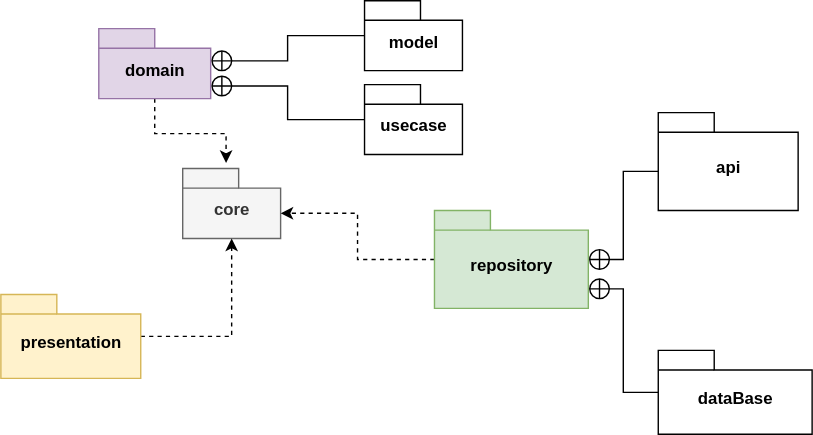
Above: img/architecture.svg in gabrielbmoro/MovieDB-App (draw.io), before the change. Source tidied: cells renumbered, new cells last; positions are measured from the earlier drawing's top-left corner, leaving out a move shared by most shapes.
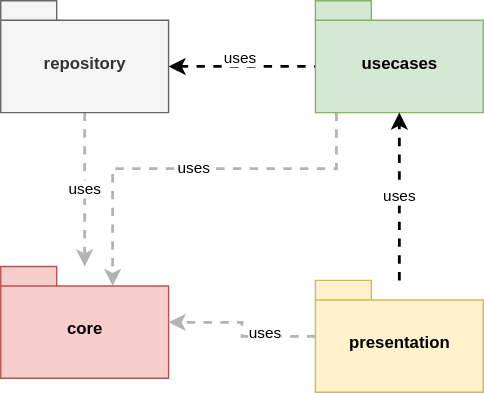
After the change.

Commit message:
Updating the architecture diagram

What changed in the source:
```diff
@@ -1,51 +1,48 @@
-<mxGraphModel background="#ffffff">
+<mxGraphModel>
   <root>
     <mxCell id="0" />
     <mxCell id="1" parent="0" />
-    <mxCell id="2" value="core" style="shape=folder;fontStyle=1;spacingTop=10;tabWidth=40;tabHeight=14;tabPosition=left;html=1;fillColor=#f5f5f5;strokeColor=#666666;fontColor=#333333;" parent="1" vertex="1">
-      <mxGeometry x="130" y="120" width="70" height="50" as="geometry" />
+    <mxCell id="2" value="uses" style="edgeStyle=orthogonalEdgeStyle;rounded=0;jettySize=auto;html=1;dashed=1;strokeWidth=2;strokeColor=#B3B3B3;" parent="1" edge="1" source="3" target="12">
+      <mxGeometry relative="1" as="geometry" />
     </mxCell>
-    <mxCell id="3" style="edgeStyle=orthogonalEdgeStyle;rounded=0;jettySize=auto;html=1;entryX=0.443;entryY=-0.08;entryDx=0;entryDy=0;entryPerimeter=0;dashed=1;startArrow=none;startFill=0;endArrow=classic;endFill=1;" parent="1" edge="1" source="4" target="2">
-      <mxGeometry relative="1" as="geometry" />
+    <mxCell id="3" value="repository" style="shape=folder;fontStyle=1;spacingTop=10;tabWidth=40;tabHeight=14;tabPosition=left;html=1;fillColor=#f5f5f5;strokeColor=#666666;fontColor=#333333;" parent="1" vertex="1">
+      <mxGeometry x="470" y="60" width="120" height="80" as="geometry" />
     </mxCell>
-    <mxCell id="4" value="domain" style="shape=folder;fontStyle=1;spacingTop=10;tabWidth=40;tabHeight=14;tabPosition=left;html=1;fillColor=#e1d5e7;strokeColor=#9673a6;" parent="1" vertex="1">
-      <mxGeometry x="70" y="20" width="80" height="50" as="geometry" />
+    <mxCell id="4" style="edgeStyle=orthogonalEdgeStyle;rounded=0;jettySize=auto;html=1;entryX=0;entryY=0;entryDx=120;entryDy=47;entryPerimeter=0;dashed=1;strokeWidth=2;" parent="1" edge="1" target="3">
+      <mxGeometry relative="1" as="geometry">
+        <mxPoint x="700" y="107" as="sourcePoint" />
+      </mxGeometry>
     </mxCell>
-    <mxCell id="5" style="edgeStyle=orthogonalEdgeStyle;rounded=0;jettySize=auto;html=1;entryX=0.5;entryY=1;entryDx=0;entryDy=0;entryPerimeter=0;dashed=1;startArrow=none;startFill=0;endArrow=classic;endFill=1;" parent="1" edge="1" source="6" target="2">
-      <mxGeometry relative="1" as="geometry" />
+    <mxCell id="5" value="uses" style="edgeLabel;html=1;align=center;verticalAlign=middle;" parent="4" vertex="1">
+      <mxGeometry x="0.29" y="2" relative="1" as="geometry">
+        <mxPoint x="11" y="-9" as="offset" />
+      </mxGeometry>
     </mxCell>
-    <mxCell id="6" value="presentation" style="shape=folder;fontStyle=1;spacingTop=10;tabWidth=40;tabHeight=14;tabPosition=left;html=1;fillColor=#fff2cc;strokeColor=#d6b656;" parent="1" vertex="1">
-      <mxGeometry y="210" width="100" height="60" as="geometry" />
+    <mxCell id="6" value="uses" style="edgeStyle=orthogonalEdgeStyle;rounded=0;jettySize=auto;html=1;entryX=0;entryY=0;entryDx=80;entryDy=14;entryPerimeter=0;dashed=1;strokeWidth=2;strokeColor=#B3B3B3;" parent="1" edge="1" source="7" target="12">
+      <mxGeometry relative="1" as="geometry">
+        <Array as="points">
+          <mxPoint x="710" y="180" />
+          <mxPoint x="550" y="180" />
+        </Array>
+      </mxGeometry>
     </mxCell>
-    <mxCell id="7" style="edgeStyle=orthogonalEdgeStyle;rounded=0;jettySize=auto;html=1;entryX=0;entryY=0;entryDx=0;entryDy=42;entryPerimeter=0;endArrow=none;endFill=0;startArrow=circlePlus;startFill=0;" parent="1" edge="1" source="9" target="10">
-      <mxGeometry relative="1" as="geometry" />
+    <mxCell id="7" value="usecases" style="shape=folder;fontStyle=1;spacingTop=10;tabWidth=40;tabHeight=14;tabPosition=left;html=1;fillColor=#d5e8d4;strokeColor=#82b366;" parent="1" vertex="1">
+      <mxGeometry x="695" y="60" width="120" height="80" as="geometry" />
     </mxCell>
-    <mxCell id="8" style="edgeStyle=orthogonalEdgeStyle;rounded=0;jettySize=auto;html=1;entryX=0;entryY=0;entryDx=70;entryDy=32;entryPerimeter=0;dashed=1;startArrow=none;startFill=0;endArrow=classic;endFill=1;" parent="1" edge="1" source="9" target="2">
+    <mxCell id="8" value="uses" style="edgeStyle=orthogonalEdgeStyle;rounded=0;jettySize=auto;html=1;dashed=1;strokeWidth=2;" parent="1" edge="1" source="11" target="7">
       <mxGeometry relative="1" as="geometry" />
     </mxCell>
-    <mxCell id="9" value="repository" style="shape=folder;fontStyle=1;spacingTop=10;tabWidth=40;tabHeight=14;tabPosition=left;html=1;fillColor=#d5e8d4;strokeColor=#82b366;" parent="1" vertex="1">
-      <mxGeometry x="310" y="150" width="110" height="70" as="geometry" />
+    <mxCell id="9" style="edgeStyle=orthogonalEdgeStyle;rounded=0;jettySize=auto;html=1;dashed=1;strokeWidth=2;strokeColor=#B3B3B3;" parent="1" edge="1" source="11" target="12">
+      <mxGeometry relative="1" as="geometry" />
     </mxCell>
-    <mxCell id="10" value="api" style="shape=folder;fontStyle=1;spacingTop=10;tabWidth=40;tabHeight=14;tabPosition=left;html=1;" parent="1" vertex="1">
-      <mxGeometry x="470" y="80" width="100" height="70" as="geometry" />
+    <mxCell id="10" value="uses" style="edgeLabel;html=1;align=center;verticalAlign=middle;points=[];" parent="9" vertex="1">
+      <mxGeometry x="-0.36" y="-3" relative="1" as="geometry" />
     </mxCell>
-    <mxCell id="11" style="edgeStyle=orthogonalEdgeStyle;rounded=0;jettySize=auto;html=1;entryX=0;entryY=0;entryDx=110;entryDy=56;entryPerimeter=0;startArrow=none;startFill=0;endArrow=circlePlus;endFill=0;" parent="1" edge="1" source="12" target="9">
-      <mxGeometry relative="1" as="geometry" />
+    <mxCell id="11" value="presentation" style="shape=folder;fontStyle=1;spacingTop=10;tabWidth=40;tabHeight=14;tabPosition=left;html=1;fillColor=#fff2cc;strokeColor=#d6b656;" parent="1" vertex="1">
+      <mxGeometry x="695" y="260" width="120" height="80" as="geometry" />
     </mxCell>
-    <mxCell id="12" value="dataBase" style="shape=folder;fontStyle=1;spacingTop=10;tabWidth=40;tabHeight=14;tabPosition=left;html=1;" parent="1" vertex="1">
-      <mxGeometry x="470" y="250" width="110" height="60" as="geometry" />
+    <mxCell id="12" value="core" style="shape=folder;fontStyle=1;spacingTop=10;tabWidth=40;tabHeight=14;tabPosition=left;html=1;fillColor=#f8cecc;strokeColor=#b85450;" parent="1" vertex="1">
+      <mxGeometry x="470" y="250" width="120" height="80" as="geometry" />
     </mxCell>
-    <mxCell id="13" style="edgeStyle=orthogonalEdgeStyle;rounded=0;jettySize=auto;html=1;entryX=0;entryY=0;entryDx=80;entryDy=23;entryPerimeter=0;startArrow=none;startFill=0;endArrow=circlePlus;endFill=0;" parent="1" edge="1" source="14" target="4">
-      <mxGeometry relative="1" as="geometry" />
-    </mxCell>
-    <mxCell id="14" value="model" style="shape=folder;fontStyle=1;spacingTop=10;tabWidth=40;tabHeight=14;tabPosition=left;html=1;" parent="1" vertex="1">
-      <mxGeometry x="260" width="70" height="50" as="geometry" />
-    </mxCell>
-    <mxCell id="15" style="edgeStyle=orthogonalEdgeStyle;rounded=0;jettySize=auto;html=1;entryX=0;entryY=0;entryDx=80;entryDy=41;entryPerimeter=0;startArrow=none;startFill=0;endArrow=circlePlus;endFill=0;" parent="1" edge="1" source="16" target="4">
-      <mxGeometry relative="1" as="geometry" />
-    </mxCell>
-    <mxCell id="16" value="usecase" style="shape=folder;fontStyle=1;spacingTop=10;tabWidth=40;tabHeight=14;tabPosition=left;html=1;" parent="1" vertex="1">
-      <mxGeometry x="260" y="60" width="70" height="50" as="geometry" />
-    </mxCell>
   </root>
 </mxGraphModel>
```
